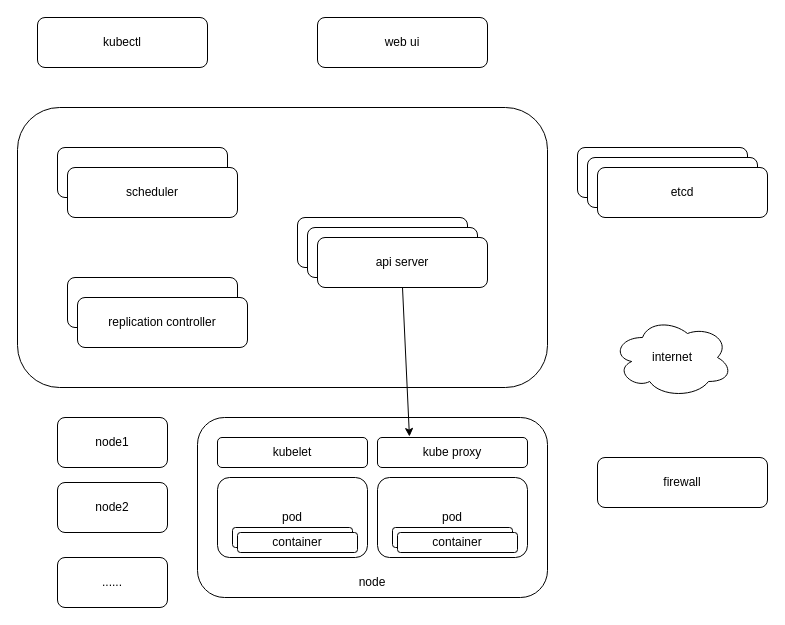
This is p/note/devOps/kubernetes/kubernetes.drawio from liyuan3210/liyuan3210, a draw.io file, before an edit. Source tidied: cells renumbered, new cells numbered last; positions are measured from the earlier drawing's top-left corner, leaving out a move shared by most shapes. Both pictures are drawn from the tidied source at 100%, with x=0, y=0 at pixel (17, 17).
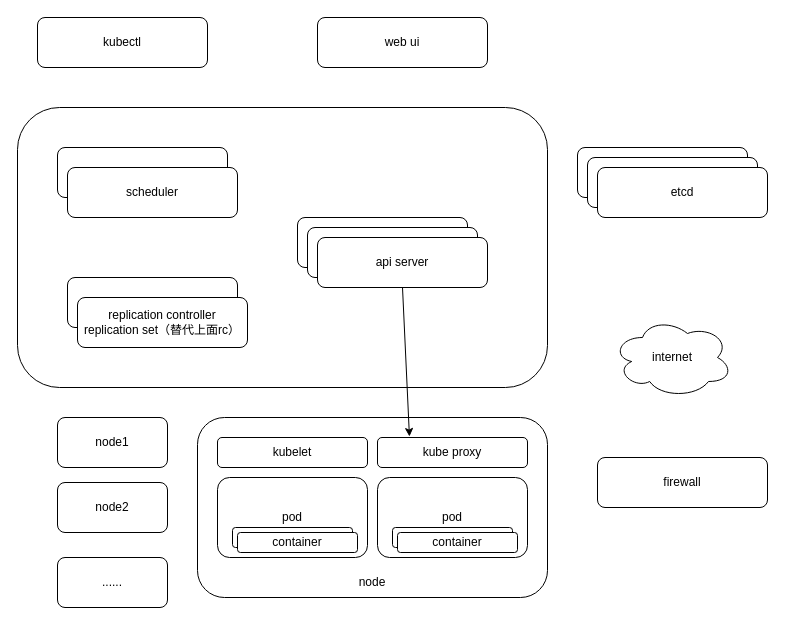
The same diagram, later.

Diff of the diagram source:
```diff
@@
-    <mxCell id="5" value="&lt;span style=&quot;white-space: normal&quot;&gt;replication controller&lt;/span&gt;" style="rounded=1;whiteSpace=wrap;html=1;" parent="1" vertex="1">
+    <mxCell id="5" value="&lt;span style=&quot;white-space: normal&quot;&gt;replication controller&lt;br&gt;&lt;/span&gt;replication set（替代上面rc）&lt;span style=&quot;white-space: normal&quot;&gt;&lt;br&gt;&lt;/span&gt;" style="rounded=1;whiteSpace=wrap;html=1;" parent="1" vertex="1">
       <mxGeometry x="60" y="280" width="170" height="50" as="geometry" />
     </mxCell>
```
